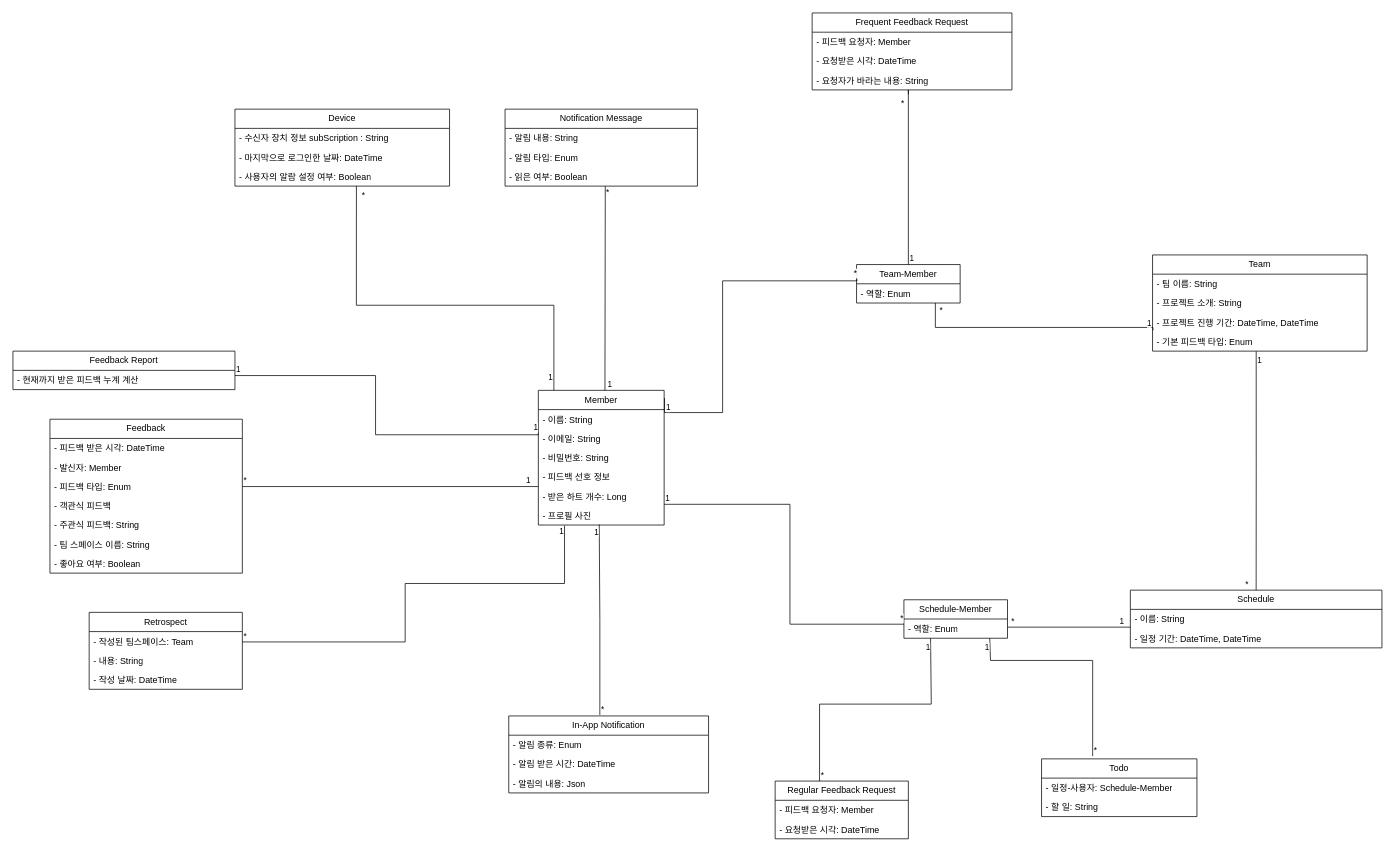
vvsos1/Team5-EQUUS-N keeps this draw.io diagram as docs/도메인 모델.drawio. Above is the earlier version. Source tidied: cells renumbered, new cells numbered last; positions are measured from the earlier drawing's top-left corner, leaving out a move shared by most shapes. Both pictures are drawn from the tidied source at 74%, with x=0, y=0 at pixel (13, 13).
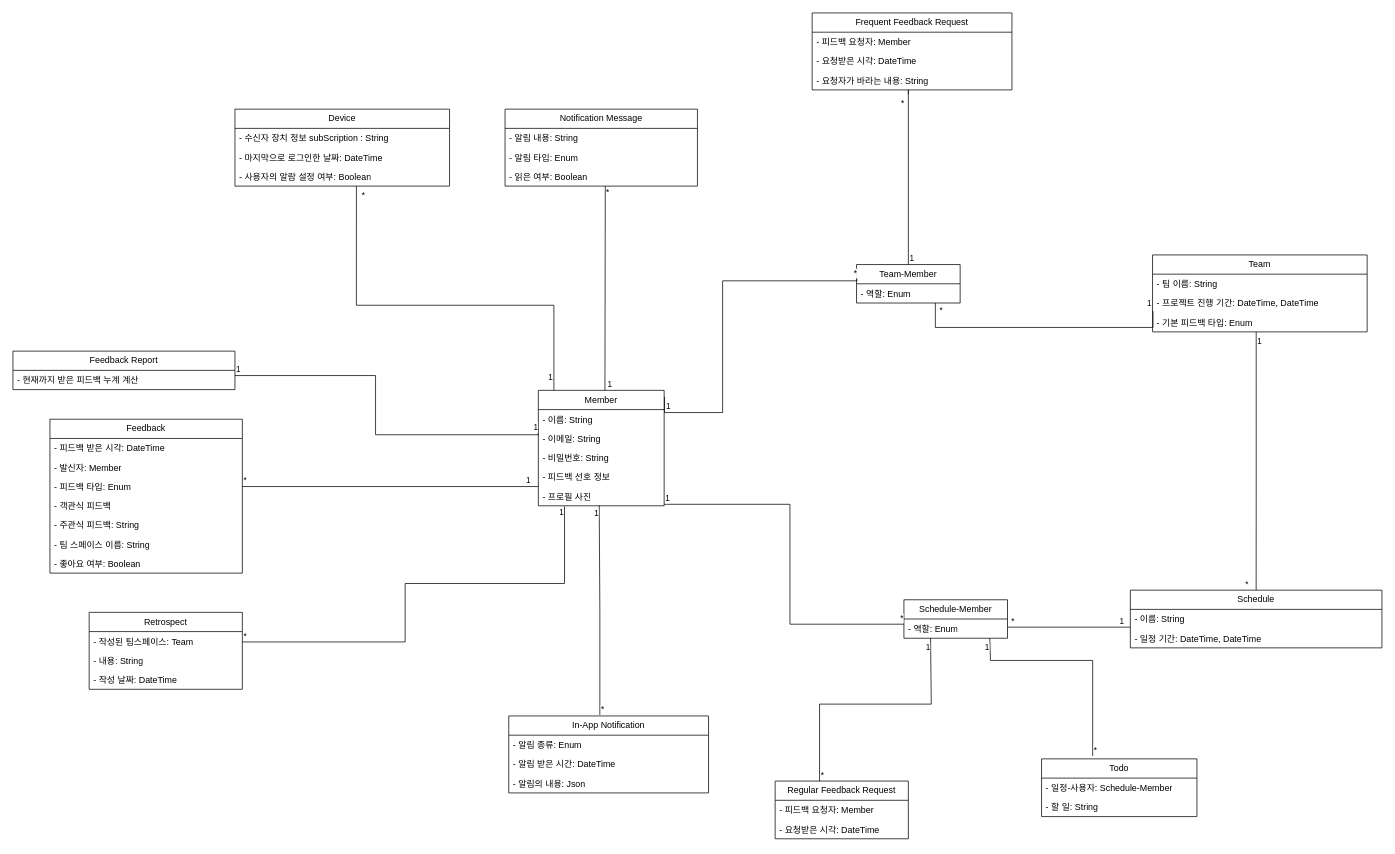
After the change.

Commit message:
[FD-221] docs: 도메인 모델 변경

- 사용하지 않는 필드 제거

Change to the diagram source:
```diff
@@
     <mxCell id="2" value="Member" style="swimlane;fontStyle=0;horizontal=1;startSize=26;whiteSpace=wrap;html=1;fillColor=none;labelBorderColor=none;" parent="1" vertex="1">
-      <mxGeometry x="710" y="510" width="170" height="182" as="geometry" />
+      <mxGeometry x="710" y="510" width="170" height="156" as="geometry" />
     </mxCell>
@@
-    <mxCell id="7" value="- 받은 하트 개수: Long" style="text;strokeColor=none;fillColor=none;align=left;verticalAlign=top;spacingLeft=4;spacingRight=4;overflow=hidden;whiteSpace=wrap;html=1;" parent="2" vertex="1">
-      <mxGeometry y="130" width="170" height="26" as="geometry" />
-    </mxCell>
     <mxCell id="8" value="- 프로필 사진" style="text;strokeColor=none;fillColor=none;align=left;verticalAlign=top;spacingLeft=4;spacingRight=4;overflow=hidden;points=[[0,0.5],[1,0.5]];portConstraint=eastwest;whiteSpace=wrap;html=1;" parent="2" vertex="1">
-      <mxGeometry y="156" width="170" height="26" as="geometry" />
+      <mxGeometry y="130" width="170" height="26" as="geometry" />
     </mxCell>
@@
     <mxCell id="18" value="Team" style="swimlane;fontStyle=0;horizontal=1;startSize=26;fillColor=none;whiteSpace=wrap;html=1;" parent="1" vertex="1">
-      <mxGeometry x="1540" y="327" width="290" height="130" as="geometry" />
+      <mxGeometry x="1540" y="327" width="290" height="104" as="geometry" />
     </mxCell>
@@
-    <mxCell id="20" value="- 프로젝트 소개: String" style="text;strokeColor=none;fillColor=none;align=left;verticalAlign=top;spacingLeft=4;spacingRight=4;overflow=hidden;whiteSpace=wrap;html=1;" parent="18" vertex="1">
-      <mxGeometry y="52" width="290" height="26" as="geometry" />
-    </mxCell>
     <mxCell id="21" value="- 프로젝트 진행 기간: DateTime, DateTime" style="text;strokeColor=none;fillColor=none;align=left;verticalAlign=top;spacingLeft=4;spacingRight=4;overflow=hidden;points=[[0,0.5],[1,0.5]];portConstraint=eastwest;whiteSpace=wrap;html=1;" parent="18" vertex="1">
-      <mxGeometry y="78" width="290" height="26" as="geometry" />
+      <mxGeometry y="52" width="290" height="26" as="geometry" />
     </mxCell>
     <mxCell id="22" value="- 기본 피드백 타입: Enum" style="text;strokeColor=none;fillColor=none;align=left;verticalAlign=top;spacingLeft=4;spacingRight=4;overflow=hidden;points=[[0,0.5],[1,0.5]];portConstraint=eastwest;whiteSpace=wrap;html=1;" parent="18" vertex="1">
-      <mxGeometry y="104" width="290" height="26" as="geometry" />
+      <mxGeometry y="78" width="290" height="26" as="geometry" />
     </mxCell>
```
